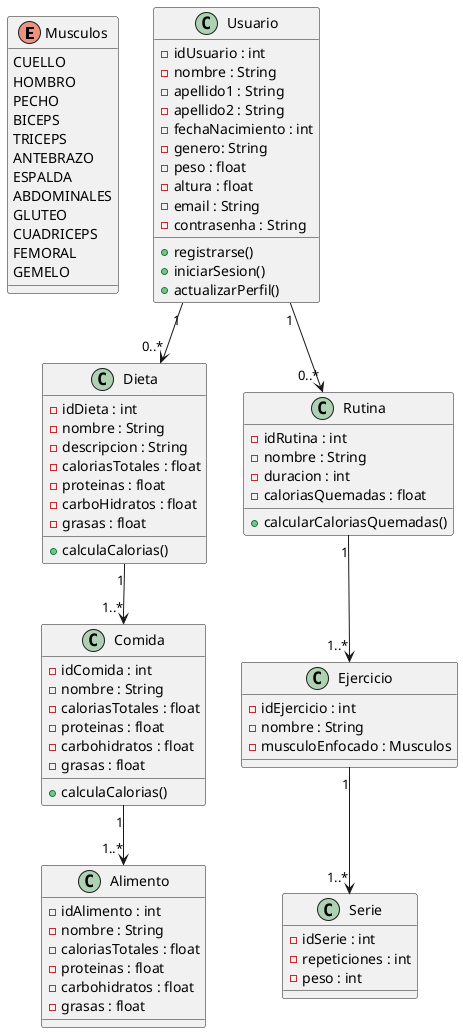
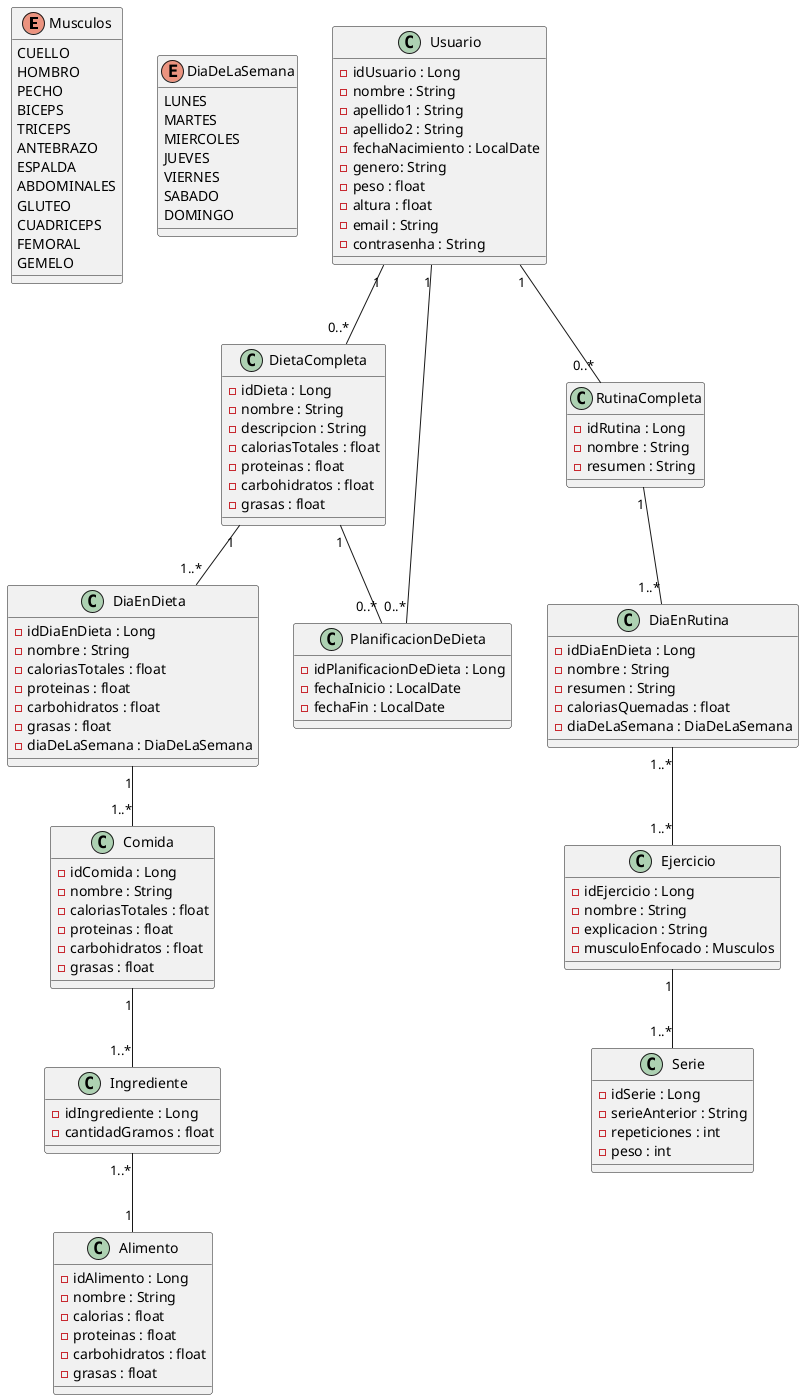
@startuml
+ 
+ ' ========================
+ ' ====== ENUMERADOS ======
+ ' ========================

enum Musculos  {
CUELLO
HOMBRO
PECHO
BICEPS
TRICEPS
ANTEBRAZO
ESPALDA
ABDOMINALES
GLUTEO
CUADRICEPS
FEMORAL
GEMELO
}

+ enum DiaDeLaSemana  {
+ LUNES
+ MARTES
+ MIERCOLES
+ JUEVES
+ VIERNES
+ SABADO
+ DOMINGO
+ }
+ 
+ ' ========================
+ ' ======== CLASES ========
+ ' ========================
+ 
class Usuario {
- - idUsuario : int
+ - idUsuario : Long
- nombre : String
- apellido1 : String
- apellido2 : String
- - fechaNacimiento : int
+ - fechaNacimiento : LocalDate
- genero: String
- peso : float
- altura : float
- email : String
- contrasenha : String
- + registrarse()
- + iniciarSesion()
- + actualizarPerfil()
}

- class Dieta {
- - idDieta : int
+ class DietaCompleta {
+ - idDieta : Long
- nombre : String
- descripcion : String
- caloriasTotales : float
- proteinas : float
- - carboHidratos : float
+ - carbohidratos : float
- grasas : float
- + calculaCalorias()
}

- class Comida {
- - idComida : int
+ class DiaEnDieta {
+ - idDiaEnDieta : Long
- nombre : String
- caloriasTotales : float
- proteinas : float
- carbohidratos : float
- grasas : float
- + calculaCalorias()
+ - diaDeLaSemana : DiaDeLaSemana
}

- class Alimento {
- - idAlimento : int
+ class PlanificacionDeDieta {
+ - idPlanificacionDeDieta : Long
+ - fechaInicio : LocalDate
+ - fechaFin : LocalDate
+ }
+ 
+ class Comida {
+ - idComida : Long
- nombre : String
- caloriasTotales : float
- proteinas : float
- carbohidratos : float
- grasas : float
}

- class Rutina {
- - idRutina : int
+ class Ingrediente {
+ - idIngrediente : Long
+ - cantidadGramos : float
+ }
+ 
+ class Alimento {
+ - idAlimento : Long
- nombre : String
- - duracion : int
+ - calorias : float
+ - proteinas : float
+ - carbohidratos : float
+ - grasas : float
+ }
+ 
+ class RutinaCompleta {
+ - idRutina : Long
+ - nombre : String
+ - resumen : String
+ }
+ 
+ class DiaEnRutina {
+ - idDiaEnDieta : Long
+ - nombre : String
+ - resumen : String
- caloriasQuemadas : float
- + calcularCaloriasQuemadas()
+ - diaDeLaSemana : DiaDeLaSemana
}

class Ejercicio {
- - idEjercicio : int
+ - idEjercicio : Long
- nombre : String
+ - explicacion : String
- musculoEnfocado : Musculos
}

class Serie {
- - idSerie : int
+ - idSerie : Long
+ - serieAnterior : String
- repeticiones : int
- peso : int
}

- Usuario "1"  --> "0..*" Dieta
+ ' ========================
+ ' ====== RELACIONES ======
+ ' ========================

- Usuario "1"  --> "0..*" Rutina
+ Usuario "1"  -- "0..*" DietaCompleta

- Dieta "1"  --> "1..*" Comida
+ Usuario "1" -- "0..*" PlanificacionDeDieta

- Comida "1"  --> "1..*" Alimento
+ DietaCompleta "1" -- "1..*" DiaEnDieta

- Rutina "1"  --> "1..*" Ejercicio
+ DietaCompleta "1" -- "0..*" PlanificacionDeDieta

- Ejercicio "1"  --> "1..*" Serie
+ Usuario "1"  -- "0..*" RutinaCompleta
+ 
+ DiaEnDieta "1"  -- "1..*" Comida
+ 
+ Comida "1"  -- "1..*" Ingrediente
+ 
+ Ingrediente "1..*" -- "1" Alimento
+ 
+ RutinaCompleta "1"  -- "1..*" DiaEnRutina
+ 
+ DiaEnRutina "1..*" -- "1..*" Ejercicio
+ 
+ Ejercicio "1"  -- "1..*" Serie

@enduml